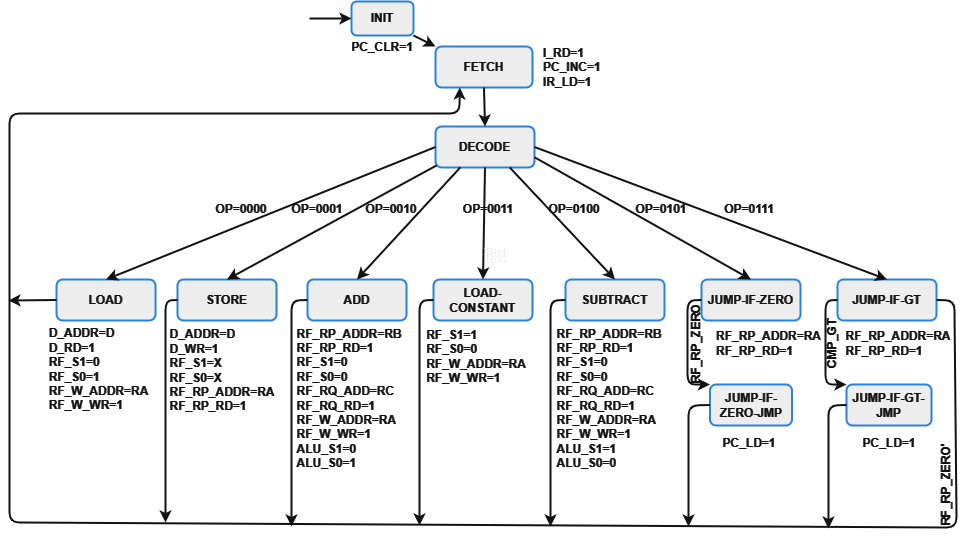
Earlier version of the draw.io export Imgs/HLSM.png (matscats/digital-processor). Source tidied: cells renumbered, new cells last; positions are measured from the earlier drawing's top-left corner, leaving out a move shared by most shapes.
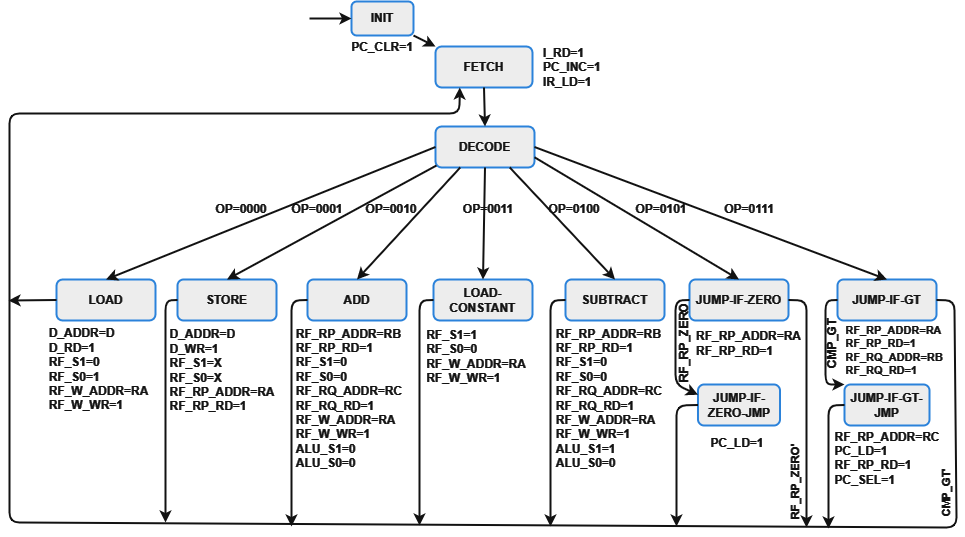
After the change.

Diff of the diagram source:
```diff
@@ -38,16 +38,16 @@
       <mxGeometry x="557" y="278" width="99" height="41" as="geometry" />
     </mxCell>
     <mxCell id="13" value="&lt;font color=&quot;#ffffff&quot;&gt;&lt;b&gt;JUMP-IF-ZERO&lt;/b&gt;&lt;/font&gt;" style="rounded=1;whiteSpace=wrap;html=1;strokeColor=#3399FF;fillColor=#000000;shadow=0;strokeWidth=2;" parent="1" vertex="1">
-      <mxGeometry x="693" y="278" width="99" height="41" as="geometry" />
+      <mxGeometry x="681" y="278" width="99" height="41" as="geometry" />
     </mxCell>
     <mxCell id="14" value="&lt;font color=&quot;#ffffff&quot;&gt;&lt;b&gt;JUMP-IF-GT&lt;/b&gt;&lt;/font&gt;" style="rounded=1;whiteSpace=wrap;html=1;strokeColor=#3399FF;fillColor=#000000;shadow=0;strokeWidth=2;" parent="1" vertex="1">
       <mxGeometry x="829" y="278" width="99" height="41" as="geometry" />
     </mxCell>
     <mxCell id="15" value="&lt;font color=&quot;#ffffff&quot;&gt;&lt;b&gt;JUMP-IF-GT-JMP&lt;/b&gt;&lt;/font&gt;" style="rounded=1;whiteSpace=wrap;html=1;strokeColor=#3399FF;fillColor=#000000;shadow=0;strokeWidth=2;" parent="1" vertex="1">
-      <mxGeometry x="838" y="383" width="85" height="41" as="geometry" />
+      <mxGeometry x="836" y="383" width="85" height="41" as="geometry" />
     </mxCell>
     <mxCell id="16" value="&lt;font color=&quot;#ffffff&quot;&gt;&lt;b&gt;JUMP-IF-ZERO-JMP&lt;/b&gt;&lt;/font&gt;" style="rounded=1;whiteSpace=wrap;html=1;strokeColor=#3399FF;fillColor=#000000;shadow=0;strokeWidth=2;" parent="1" vertex="1">
-      <mxGeometry x="701.5" y="383" width="82" height="41" as="geometry" />
+      <mxGeometry x="689.5" y="383" width="82" height="41" as="geometry" />
     </mxCell>
     <mxCell id="17" style="endArrow=classic;html=1;rounded=0;exitX=0;exitY=0.5;exitDx=0;exitDy=0;entryX=0.5;entryY=0;entryDx=0;entryDy=0;strokeColor=#FFFFFF;strokeWidth=2;" parent="1" edge="1" source="6" target="8">
       <mxGeometry relative="1" as="geometry" />
@@ -113,11 +113,11 @@
         </Array>
       </mxGeometry>
     </mxCell>
-    <mxCell id="33" style="endArrow=classic;html=1;rounded=1;exitX=0;exitY=0.5;exitDx=0;exitDy=0;entryX=0;entryY=0;entryDx=0;entryDy=0;strokeColor=#FFFFFF;strokeWidth=2;" parent="1" edge="1" source="13" target="16">
+    <mxCell id="33" style="endArrow=classic;html=1;rounded=1;exitX=0;exitY=0.5;exitDx=0;exitDy=0;entryX=0;entryY=0.25;entryDx=0;entryDy=0;strokeColor=#FFFFFF;strokeWidth=2;" parent="1" edge="1" source="13" target="16">
       <mxGeometry relative="1" as="geometry">
         <Array as="points">
-          <mxPoint x="679" y="299" />
-          <mxPoint x="679" y="383" />
+          <mxPoint x="667" y="299" />
+          <mxPoint x="667" y="383" />
         </Array>
       </mxGeometry>
     </mxCell>
@@ -139,9 +139,9 @@
     </mxCell>
     <mxCell id="36" style="endArrow=classic;html=1;rounded=1;exitX=0;exitY=0.5;exitDx=0;exitDy=0;strokeColor=#FFFFFF;strokeWidth=2;" parent="1" edge="1" source="16">
       <mxGeometry relative="1" as="geometry">
-        <mxPoint x="680" y="525" as="targetPoint" />
+        <mxPoint x="668" y="525" as="targetPoint" />
         <Array as="points">
-          <mxPoint x="680" y="404" />
+          <mxPoint x="668" y="404" />
         </Array>
       </mxGeometry>
     </mxCell>
@@ -180,50 +180,52 @@
     <mxCell id="42" value="&lt;b&gt;&lt;font color=&quot;#ffffff&quot;&gt;I_RD=1&lt;br&gt;PC_INC=1&lt;br&gt;IR_LD=1&lt;/font&gt;&lt;/b&gt;" style="text;html=1;strokeColor=none;fillColor=none;align=left;verticalAlign=middle;whiteSpace=wrap;rounded=0;" parent="1" vertex="1">
       <mxGeometry x="533" y="50.5" width="60" height="30" as="geometry" />
     </mxCell>
-    <mxCell id="43" value="Text" style="text;html=1;strokeColor=none;fillColor=none;align=center;verticalAlign=middle;whiteSpace=wrap;rounded=0;" parent="1" vertex="1">
-      <mxGeometry x="457" y="243" width="60" height="30" as="geometry" />
-    </mxCell>
     <mxCell id="44" value="&lt;div style=&quot;text-align: left;&quot;&gt;&lt;span style=&quot;color: rgb(255, 255, 255); background-color: initial;&quot;&gt;&lt;b style=&quot;&quot;&gt;&lt;font style=&quot;font-size: 12px;&quot;&gt;D_ADDR=D&lt;/font&gt;&lt;/b&gt;&lt;/span&gt;&lt;/div&gt;&lt;font style=&quot;font-size: 12px;&quot; color=&quot;#ffffff&quot;&gt;&lt;b style=&quot;&quot;&gt;&lt;div style=&quot;text-align: left;&quot;&gt;&lt;span style=&quot;background-color: initial;&quot;&gt;D_RD=1&lt;/span&gt;&lt;/div&gt;&lt;div style=&quot;text-align: left;&quot;&gt;&lt;span style=&quot;background-color: initial;&quot;&gt;RF_S1=0&lt;/span&gt;&lt;/div&gt;&lt;div style=&quot;text-align: left;&quot;&gt;&lt;span style=&quot;background-color: initial;&quot;&gt;RF_S0=1&lt;/span&gt;&lt;/div&gt;&lt;div style=&quot;text-align: left;&quot;&gt;&lt;span style=&quot;background-color: initial;&quot;&gt;RF_W_ADDR=RA&lt;/span&gt;&lt;/div&gt;&lt;div style=&quot;text-align: left;&quot;&gt;&lt;span style=&quot;background-color: initial;&quot;&gt;RF_W_WR=1&lt;/span&gt;&lt;/div&gt;&lt;/b&gt;&lt;/font&gt;" style="text;html=1;strokeColor=none;fillColor=none;align=center;verticalAlign=middle;whiteSpace=wrap;rounded=0;" parent="1" vertex="1">
       <mxGeometry x="39" y="324" width="103" height="87" as="geometry" />
     </mxCell>
     <mxCell id="45" value="&lt;div style=&quot;text-align: left;&quot;&gt;&lt;b style=&quot;color: rgb(255, 255, 255); background-color: initial;&quot;&gt;D_ADDR=D&lt;/b&gt;&lt;/div&gt;&lt;font color=&quot;#ffffff&quot;&gt;&lt;div style=&quot;text-align: left;&quot;&gt;&lt;b style=&quot;background-color: initial;&quot;&gt;D_WR=1&lt;/b&gt;&lt;/div&gt;&lt;b&gt;&lt;div style=&quot;text-align: left;&quot;&gt;&lt;b style=&quot;background-color: initial;&quot;&gt;RF_S1=X&lt;/b&gt;&lt;/div&gt;&lt;div style=&quot;text-align: left;&quot;&gt;&lt;b style=&quot;background-color: initial;&quot;&gt;RF_S0=X&lt;/b&gt;&lt;/div&gt;&lt;div style=&quot;text-align: left;&quot;&gt;&lt;b style=&quot;background-color: initial;&quot;&gt;RF_RP_ADDR=RA&lt;/b&gt;&lt;/div&gt;&lt;div style=&quot;text-align: left;&quot;&gt;&lt;b style=&quot;background-color: initial;&quot;&gt;RF_RP_RD=1&lt;/b&gt;&lt;/div&gt;&lt;/b&gt;&lt;/font&gt;" style="text;html=1;strokeColor=none;fillColor=none;align=center;verticalAlign=middle;whiteSpace=wrap;rounded=0;" parent="1" vertex="1">
       <mxGeometry x="160" y="326" width="108" height="85" as="geometry" />
     </mxCell>
-    <mxCell id="46" value="&lt;div style=&quot;text-align: left;&quot;&gt;&lt;b style=&quot;color: rgb(255, 255, 255); background-color: initial;&quot;&gt;RF_RP_ADDR=RB&lt;/b&gt;&lt;/div&gt;&lt;font color=&quot;#ffffff&quot;&gt;&lt;div style=&quot;text-align: left;&quot;&gt;&lt;b style=&quot;background-color: initial;&quot;&gt;RF_RP_RD=1&lt;/b&gt;&lt;/div&gt;&lt;b&gt;&lt;div style=&quot;text-align: left;&quot;&gt;&lt;b style=&quot;background-color: initial;&quot;&gt;RF_S1=0&lt;/b&gt;&lt;/div&gt;&lt;div style=&quot;text-align: left;&quot;&gt;&lt;b style=&quot;background-color: initial;&quot;&gt;RF_S0=0&lt;/b&gt;&lt;/div&gt;&lt;div style=&quot;text-align: left;&quot;&gt;&lt;b style=&quot;background-color: initial;&quot;&gt;RF_RQ_ADD=RC&lt;/b&gt;&lt;/div&gt;&lt;div style=&quot;text-align: left;&quot;&gt;&lt;b style=&quot;background-color: initial;&quot;&gt;RF_RQ_RD=1&lt;/b&gt;&lt;/div&gt;&lt;div style=&quot;text-align: left;&quot;&gt;&lt;b style=&quot;background-color: initial;&quot;&gt;RF_W_ADDR=RA&lt;/b&gt;&lt;/div&gt;&lt;div style=&quot;text-align: left;&quot;&gt;&lt;b style=&quot;background-color: initial;&quot;&gt;RF_W_WR=1&lt;/b&gt;&lt;/div&gt;&lt;div style=&quot;text-align: left;&quot;&gt;&lt;b style=&quot;background-color: initial;&quot;&gt;ALU_S1=0&lt;/b&gt;&lt;/div&gt;&lt;div style=&quot;text-align: left;&quot;&gt;&lt;b style=&quot;background-color: initial;&quot;&gt;ALU_S0=1&lt;/b&gt;&lt;/div&gt;&lt;/b&gt;&lt;/font&gt;" style="text;html=1;strokeColor=none;fillColor=none;align=center;verticalAlign=middle;whiteSpace=wrap;rounded=0;" parent="1" vertex="1">
+    <mxCell id="46" value="&lt;div style=&quot;text-align: left;&quot;&gt;&lt;b style=&quot;color: rgb(255, 255, 255); background-color: initial;&quot;&gt;RF_RP_ADDR=RB&lt;/b&gt;&lt;/div&gt;&lt;font color=&quot;#ffffff&quot;&gt;&lt;div style=&quot;text-align: left;&quot;&gt;&lt;b style=&quot;background-color: initial;&quot;&gt;RF_RP_RD=1&lt;/b&gt;&lt;/div&gt;&lt;b&gt;&lt;div style=&quot;text-align: left;&quot;&gt;&lt;b style=&quot;background-color: initial;&quot;&gt;RF_S1=0&lt;/b&gt;&lt;/div&gt;&lt;div style=&quot;text-align: left;&quot;&gt;&lt;b style=&quot;background-color: initial;&quot;&gt;RF_S0=0&lt;/b&gt;&lt;/div&gt;&lt;div style=&quot;text-align: left;&quot;&gt;&lt;b style=&quot;background-color: initial;&quot;&gt;RF_RQ_ADDR=RC&lt;/b&gt;&lt;/div&gt;&lt;div style=&quot;text-align: left;&quot;&gt;&lt;b style=&quot;background-color: initial;&quot;&gt;RF_RQ_RD=1&lt;/b&gt;&lt;/div&gt;&lt;div style=&quot;text-align: left;&quot;&gt;&lt;b style=&quot;background-color: initial;&quot;&gt;RF_W_ADDR=RA&lt;/b&gt;&lt;/div&gt;&lt;div style=&quot;text-align: left;&quot;&gt;&lt;b style=&quot;background-color: initial;&quot;&gt;RF_W_WR=1&lt;/b&gt;&lt;/div&gt;&lt;div style=&quot;text-align: left;&quot;&gt;&lt;b style=&quot;background-color: initial;&quot;&gt;ALU_S1=0&lt;/b&gt;&lt;/div&gt;&lt;div style=&quot;text-align: left;&quot;&gt;&lt;b style=&quot;background-color: initial;&quot;&gt;ALU_S0=0&lt;/b&gt;&lt;/div&gt;&lt;/b&gt;&lt;/font&gt;" style="text;html=1;strokeColor=none;fillColor=none;align=center;verticalAlign=middle;whiteSpace=wrap;rounded=0;" parent="1" vertex="1">
       <mxGeometry x="286" y="331" width="110" height="131" as="geometry" />
     </mxCell>
     <mxCell id="47" value="&lt;div style=&quot;text-align: left;&quot;&gt;&lt;b style=&quot;color: rgb(255, 255, 255); background-color: initial;&quot;&gt;RF_S1=1&lt;/b&gt;&lt;/div&gt;&lt;font color=&quot;#ffffff&quot;&gt;&lt;div style=&quot;text-align: left;&quot;&gt;&lt;b style=&quot;background-color: initial;&quot;&gt;RF_S0=0&lt;/b&gt;&lt;/div&gt;&lt;b&gt;&lt;div style=&quot;text-align: left;&quot;&gt;&lt;b style=&quot;background-color: initial;&quot;&gt;RF_W_ADDR=RA&lt;/b&gt;&lt;/div&gt;&lt;div style=&quot;text-align: left;&quot;&gt;&lt;b style=&quot;background-color: initial;&quot;&gt;RF_W_WR=1&lt;/b&gt;&lt;/div&gt;&lt;/b&gt;&lt;/font&gt;" style="text;html=1;strokeColor=none;fillColor=none;align=center;verticalAlign=middle;whiteSpace=wrap;rounded=0;" parent="1" vertex="1">
       <mxGeometry x="412.5" y="324" width="110" height="62" as="geometry" />
     </mxCell>
-    <mxCell id="48" value="&lt;div style=&quot;text-align: left;&quot;&gt;&lt;b style=&quot;color: rgb(255, 255, 255); background-color: initial;&quot;&gt;RF_RP_ADDR=RB&lt;/b&gt;&lt;/div&gt;&lt;font color=&quot;#ffffff&quot;&gt;&lt;div style=&quot;text-align: left;&quot;&gt;&lt;b style=&quot;background-color: initial;&quot;&gt;RF_RP_RD=1&lt;/b&gt;&lt;/div&gt;&lt;b&gt;&lt;div style=&quot;text-align: left;&quot;&gt;&lt;b style=&quot;background-color: initial;&quot;&gt;RF_S1=0&lt;/b&gt;&lt;/div&gt;&lt;div style=&quot;text-align: left;&quot;&gt;&lt;b style=&quot;background-color: initial;&quot;&gt;RF_S0=0&lt;/b&gt;&lt;/div&gt;&lt;div style=&quot;text-align: left;&quot;&gt;&lt;b style=&quot;background-color: initial;&quot;&gt;RF_RQ_ADD=RC&lt;/b&gt;&lt;/div&gt;&lt;div style=&quot;text-align: left;&quot;&gt;&lt;b style=&quot;background-color: initial;&quot;&gt;RF_RQ_RD=1&lt;/b&gt;&lt;/div&gt;&lt;div style=&quot;text-align: left;&quot;&gt;&lt;b style=&quot;background-color: initial;&quot;&gt;RF_W_ADDR=RA&lt;/b&gt;&lt;/div&gt;&lt;div style=&quot;text-align: left;&quot;&gt;&lt;b style=&quot;background-color: initial;&quot;&gt;RF_W_WR=1&lt;/b&gt;&lt;/div&gt;&lt;div style=&quot;text-align: left;&quot;&gt;&lt;b style=&quot;background-color: initial;&quot;&gt;ALU_S1=1&lt;/b&gt;&lt;/div&gt;&lt;div style=&quot;text-align: left;&quot;&gt;&lt;b style=&quot;background-color: initial;&quot;&gt;ALU_S0=0&lt;/b&gt;&lt;/div&gt;&lt;/b&gt;&lt;/font&gt;" style="text;html=1;strokeColor=none;fillColor=none;align=center;verticalAlign=middle;whiteSpace=wrap;rounded=0;" parent="1" vertex="1">
+    <mxCell id="48" value="&lt;div style=&quot;text-align: left;&quot;&gt;&lt;b style=&quot;color: rgb(255, 255, 255); background-color: initial;&quot;&gt;RF_RP_ADDR=RB&lt;/b&gt;&lt;/div&gt;&lt;font color=&quot;#ffffff&quot;&gt;&lt;div style=&quot;text-align: left;&quot;&gt;&lt;b style=&quot;background-color: initial;&quot;&gt;RF_RP_RD=1&lt;/b&gt;&lt;/div&gt;&lt;b&gt;&lt;div style=&quot;text-align: left;&quot;&gt;&lt;b style=&quot;background-color: initial;&quot;&gt;RF_S1=0&lt;/b&gt;&lt;/div&gt;&lt;div style=&quot;text-align: left;&quot;&gt;&lt;b style=&quot;background-color: initial;&quot;&gt;RF_S0=0&lt;/b&gt;&lt;/div&gt;&lt;div style=&quot;text-align: left;&quot;&gt;&lt;b style=&quot;background-color: initial;&quot;&gt;RF_RQ_ADDR=RC&lt;/b&gt;&lt;/div&gt;&lt;div style=&quot;text-align: left;&quot;&gt;&lt;b style=&quot;background-color: initial;&quot;&gt;RF_RQ_RD=1&lt;/b&gt;&lt;/div&gt;&lt;div style=&quot;text-align: left;&quot;&gt;&lt;b style=&quot;background-color: initial;&quot;&gt;RF_W_ADDR=RA&lt;/b&gt;&lt;/div&gt;&lt;div style=&quot;text-align: left;&quot;&gt;&lt;b style=&quot;background-color: initial;&quot;&gt;RF_W_WR=1&lt;/b&gt;&lt;/div&gt;&lt;div style=&quot;text-align: left;&quot;&gt;&lt;b style=&quot;background-color: initial;&quot;&gt;ALU_S1=1&lt;/b&gt;&lt;/div&gt;&lt;div style=&quot;text-align: left;&quot;&gt;&lt;b style=&quot;background-color: initial;&quot;&gt;ALU_S0=0&lt;/b&gt;&lt;/div&gt;&lt;/b&gt;&lt;/font&gt;" style="text;html=1;strokeColor=none;fillColor=none;align=center;verticalAlign=middle;whiteSpace=wrap;rounded=0;" parent="1" vertex="1">
       <mxGeometry x="546" y="331" width="110" height="131" as="geometry" />
     </mxCell>
     <mxCell id="49" value="&lt;font color=&quot;#ffffff&quot;&gt;&lt;b&gt;RF_RP_ZERO&lt;/b&gt;&lt;/font&gt;" style="text;html=1;strokeColor=none;fillColor=none;align=center;verticalAlign=middle;whiteSpace=wrap;rounded=0;rotation=-90;" parent="1" vertex="1">
-      <mxGeometry x="659" y="327" width="58" height="30" as="geometry" />
+      <mxGeometry x="647" y="326" width="58" height="30" as="geometry" />
     </mxCell>
-    <mxCell id="50" value="Text" style="text;html=1;strokeColor=none;fillColor=none;align=center;verticalAlign=middle;whiteSpace=wrap;rounded=0;" parent="1" vertex="1">
-      <mxGeometry x="457" y="237" width="60" height="30" as="geometry" />
-    </mxCell>
     <mxCell id="51" value="&lt;div style=&quot;&quot;&gt;&lt;span style=&quot;color: rgb(255, 255, 255); background-color: initial;&quot;&gt;&lt;b&gt;RF_RP_ADDR=RA&lt;/b&gt;&lt;/span&gt;&lt;/div&gt;&lt;font color=&quot;#ffffff&quot;&gt;&lt;div style=&quot;&quot;&gt;&lt;span style=&quot;background-color: initial;&quot;&gt;&lt;b&gt;RF_RP_RD=1&lt;/b&gt;&lt;/span&gt;&lt;/div&gt;&lt;/font&gt;" style="text;html=1;strokeColor=none;fillColor=none;align=left;verticalAlign=middle;whiteSpace=wrap;rounded=0;" parent="1" vertex="1">
-      <mxGeometry x="706" y="327" width="60" height="30" as="geometry" />
+      <mxGeometry x="686" y="327" width="60" height="30" as="geometry" />
     </mxCell>
-    <mxCell id="52" value="Text" style="text;html=1;strokeColor=none;fillColor=none;align=center;verticalAlign=middle;whiteSpace=wrap;rounded=0;" parent="1" vertex="1">
-      <mxGeometry x="457" y="237" width="60" height="30" as="geometry" />
-    </mxCell>
     <mxCell id="53" value="&lt;font color=&quot;#ffffff&quot;&gt;&lt;b&gt;PC_LD=1&lt;/b&gt;&lt;/font&gt;" style="text;html=1;strokeColor=none;fillColor=none;align=center;verticalAlign=middle;whiteSpace=wrap;rounded=0;" parent="1" vertex="1">
-      <mxGeometry x="711" y="427" width="60" height="30" as="geometry" />
+      <mxGeometry x="699" y="427" width="60" height="30" as="geometry" />
     </mxCell>
     <mxCell id="54" value="&lt;font color=&quot;#ffffff&quot;&gt;&lt;b&gt;CMP_GT&lt;/b&gt;&lt;/font&gt;" style="text;html=1;strokeColor=none;fillColor=none;align=center;verticalAlign=middle;whiteSpace=wrap;rounded=0;rotation=-90;" parent="1" vertex="1">
       <mxGeometry x="794" y="327" width="60" height="30" as="geometry" />
     </mxCell>
-    <mxCell id="55" value="&lt;div style=&quot;text-align: left;&quot;&gt;&lt;b style=&quot;color: rgb(255, 255, 255); background-color: initial;&quot;&gt;RF_RP_ADDR=RA&lt;/b&gt;&lt;/div&gt;&lt;font color=&quot;#ffffff&quot;&gt;&lt;div style=&quot;text-align: left;&quot;&gt;&lt;b style=&quot;background-color: initial;&quot;&gt;RF_RP_RD=1&lt;/b&gt;&lt;/div&gt;&lt;/font&gt;" style="text;html=1;strokeColor=none;fillColor=none;align=center;verticalAlign=middle;whiteSpace=wrap;rounded=0;" parent="1" vertex="1">
-      <mxGeometry x="860" y="327" width="60" height="30" as="geometry" />
+    <mxCell id="55" value="&lt;div style=&quot;text-align: left; font-size: 11px;&quot;&gt;&lt;b style=&quot;color: rgb(255, 255, 255); background-color: initial;&quot;&gt;&lt;font style=&quot;font-size: 11px;&quot;&gt;RF_RP_ADDR=RA&lt;/font&gt;&lt;/b&gt;&lt;/div&gt;&lt;font style=&quot;font-size: 11px;&quot; color=&quot;#ffffff&quot;&gt;&lt;div style=&quot;text-align: left;&quot;&gt;&lt;b style=&quot;background-color: initial;&quot;&gt;RF_RP_RD=1&lt;/b&gt;&lt;/div&gt;&lt;div style=&quot;text-align: left;&quot;&gt;&lt;b&gt;RF_RQ_ADDR=RB&lt;/b&gt;&lt;/div&gt;&lt;div style=&quot;text-align: left;&quot;&gt;&lt;b&gt;RF_RQ_RD=1&lt;/b&gt;&lt;/div&gt;&lt;/font&gt;" style="text;html=1;strokeColor=none;fillColor=none;align=center;verticalAlign=middle;whiteSpace=wrap;rounded=0;" parent="1" vertex="1">
+      <mxGeometry x="856" y="334" width="60" height="30" as="geometry" />
     </mxCell>
-    <mxCell id="56" value="&lt;font color=&quot;#ffffff&quot;&gt;&lt;b&gt;PC_LD=1&lt;/b&gt;&lt;/font&gt;" style="text;html=1;strokeColor=none;fillColor=none;align=center;verticalAlign=middle;whiteSpace=wrap;rounded=0;" parent="1" vertex="1">
-      <mxGeometry x="850.5" y="427" width="60" height="30" as="geometry" />
-    </mxCell>
-    <mxCell id="57" value="&lt;font color=&quot;#ffffff&quot;&gt;&lt;b&gt;RF_RP_ZERO'&lt;/b&gt;&lt;/font&gt;" style="text;html=1;strokeColor=none;fillColor=none;align=center;verticalAlign=middle;whiteSpace=wrap;rounded=0;rotation=-90;" parent="1" vertex="1">
-      <mxGeometry x="908" y="468" width="60" height="30" as="geometry" />
+    <mxCell id="57" value="&lt;font size=&quot;1&quot; color=&quot;#ffffff&quot;&gt;&lt;b style=&quot;font-size: 11px;&quot;&gt;CMP_GT'&lt;/b&gt;&lt;/font&gt;" style="text;html=1;strokeColor=none;fillColor=none;align=center;verticalAlign=middle;whiteSpace=wrap;rounded=0;rotation=-90;" parent="1" vertex="1">
+      <mxGeometry x="908" y="476" width="60" height="30" as="geometry" />
     </mxCell>
+    <mxCell id="58" value="&lt;div style=&quot;text-align: left;&quot;&gt;&lt;span style=&quot;color: rgb(255, 255, 255); background-color: initial;&quot;&gt;&lt;font style=&quot;font-size: 12px;&quot;&gt;&lt;b style=&quot;&quot;&gt;RF_RP_ADDR=RC&lt;/b&gt;&lt;/font&gt;&lt;/span&gt;&lt;/div&gt;&lt;font style=&quot;font-size: 12px;&quot;&gt;&lt;div style=&quot;text-align: left;&quot;&gt;&lt;span style=&quot;background-color: initial; border-color: var(--border-color); color: rgb(255, 255, 255);&quot;&gt;&lt;font style=&quot;font-size: 12px;&quot;&gt;&lt;b&gt;PC_LD=1&lt;/b&gt;&lt;/font&gt;&lt;/span&gt;&lt;/div&gt;&lt;div style=&quot;text-align: left;&quot;&gt;&lt;font style=&quot;font-size: 12px;&quot; color=&quot;#ffffff&quot;&gt;&lt;b&gt;RF_RP_RD=1&lt;/b&gt;&lt;/font&gt;&lt;/div&gt;&lt;div style=&quot;text-align: left;&quot;&gt;&lt;font style=&quot;font-size: 12px;&quot; color=&quot;#ffffff&quot;&gt;&lt;b&gt;PC_SEL=1&lt;/b&gt;&lt;/font&gt;&lt;/div&gt;&lt;div style=&quot;text-align: left;&quot;&gt;&lt;br&gt;&lt;/div&gt;&lt;/font&gt;" style="text;html=1;strokeColor=none;fillColor=none;align=center;verticalAlign=middle;whiteSpace=wrap;rounded=0;" parent="1" vertex="1">
+      <mxGeometry x="828.5" y="432" width="100" height="63" as="geometry" />
+    </mxCell>
+    <mxCell id="59" style="endArrow=classic;html=1;rounded=1;exitX=1;exitY=0.5;exitDx=0;exitDy=0;strokeColor=#FFFFFF;strokeWidth=2;" parent="1" edge="1" source="13">
+      <mxGeometry relative="1" as="geometry">
+        <mxPoint x="798" y="526" as="targetPoint" />
+        <Array as="points">
+          <mxPoint x="798" y="299" />
+        </Array>
+      </mxGeometry>
+    </mxCell>
+    <mxCell id="60" value="&lt;font size=&quot;1&quot; color=&quot;#ffffff&quot;&gt;&lt;b style=&quot;font-size: 11px;&quot;&gt;RF_RP_ZERO'&lt;/b&gt;&lt;/font&gt;" style="text;html=1;strokeColor=none;fillColor=none;align=center;verticalAlign=middle;whiteSpace=wrap;rounded=0;rotation=-90;" parent="1" vertex="1">
+      <mxGeometry x="757" y="465" width="60" height="30" as="geometry" />
+    </mxCell>
   </root>
 </mxGraphModel>
```
